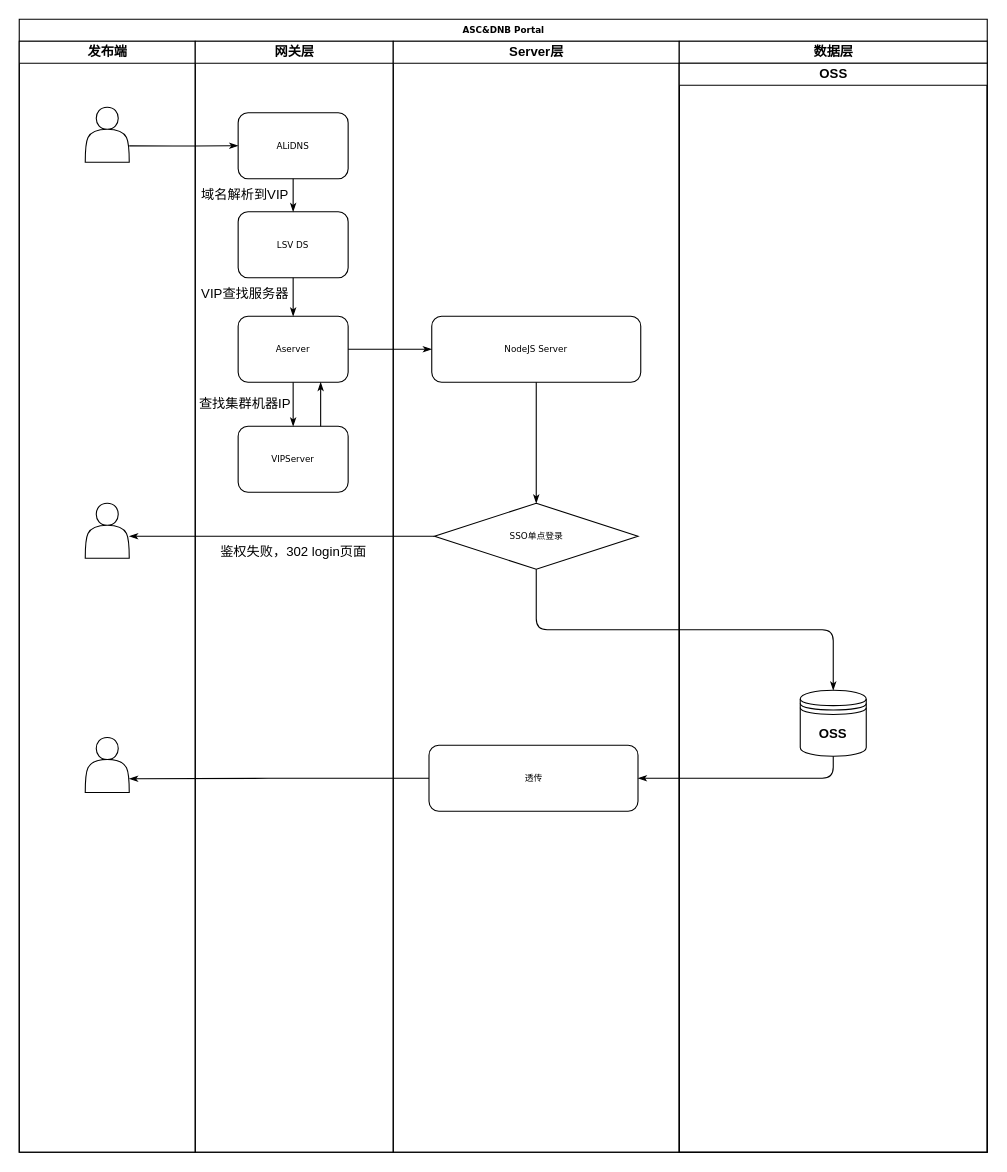
The draw.io diagram 2.0架构用户端.drawio in hjyue1/blog, before the edit. Source tidied: cells renumbered, new cells numbered last; positions are measured from the earlier drawing's top-left corner, leaving out a move shared by most shapes. Both pictures are drawn from the tidied source at 110%, with x=0, y=0 at pixel (19, 19).
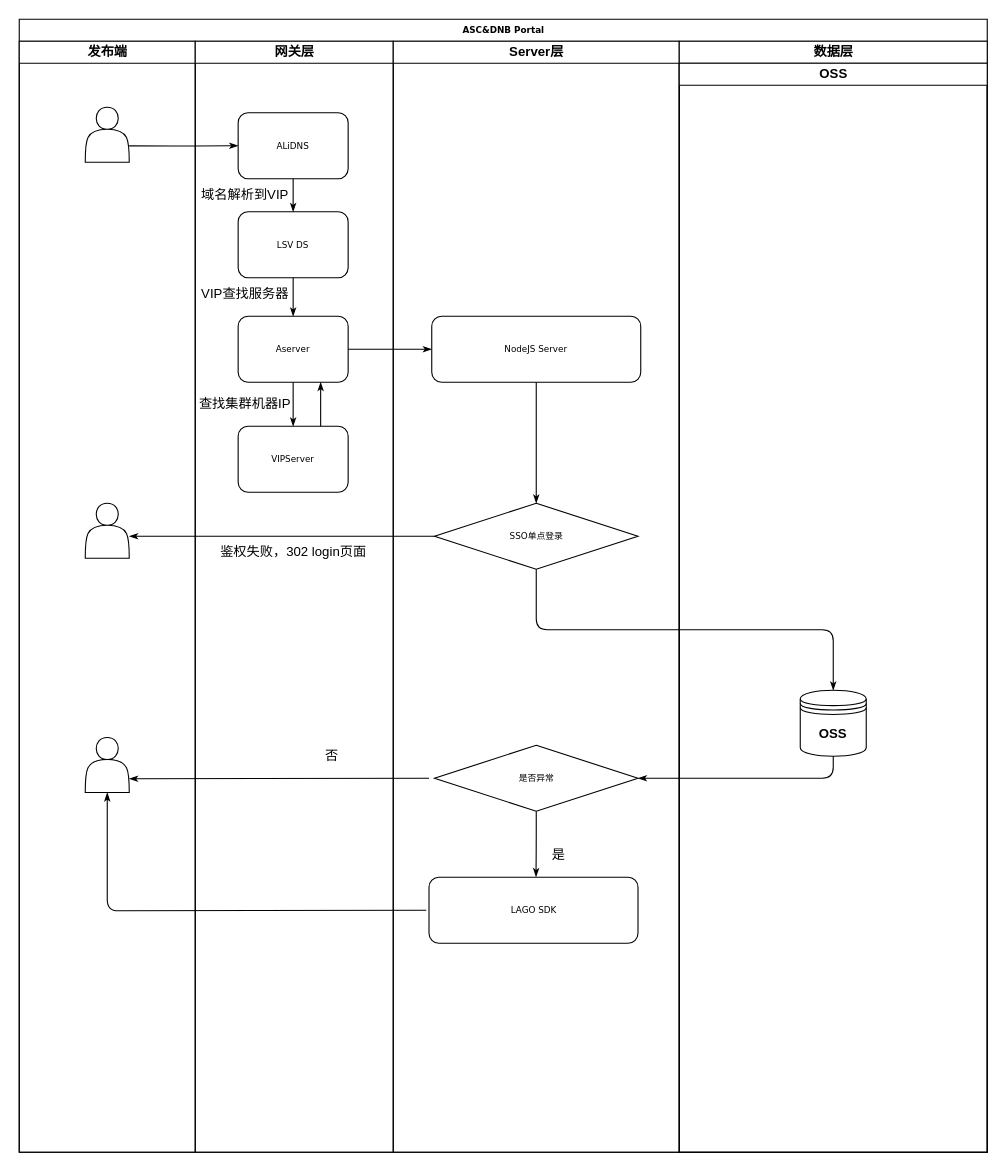
The same diagram, later.

Commit message:
更新2.0架构用户端.drawio

The change refers to these unchanged cells:
```xml
<mxCell id="2" value="ASC&amp;amp;DNB Portal" style="swimlane;html=1;startSize=20;rounded=0;shadow=0;labelBackgroundColor=none;strokeWidth=1;fontFamily=Verdana;fontSize=8;align=center;" parent="1" vertex="1">
  <mxGeometry width="880" height="1030" as="geometry" />
</mxCell>
<mxCell id="5" style="shape=actor;whiteSpace=wrap;html=1;" parent="3" vertex="1">
  <mxGeometry x="60" y="633" width="40" height="50" as="geometry" />
</mxCell>
<mxCell id="12" value="网关层" style="swimlane;html=1;startSize=20;" parent="2" vertex="1">
  <mxGeometry x="160" y="20" width="180" height="1010" as="geometry" />
</mxCell>
<mxCell id="25" value="Server层" style="swimlane;html=1;startSize=20;" parent="2" vertex="1">
  <mxGeometry x="340" y="20" width="260" height="1010" as="geometry" />
</mxCell>
<mxCell id="33" value="&lt;span style=&quot;font-weight: 700;&quot;&gt;OSS&lt;/span&gt;" style="shape=datastore;whiteSpace=wrap;html=1;" parent="32" vertex="1">
  <mxGeometry x="110" y="570" width="60" height="60" as="geometry" />
</mxCell>
```

What changed in the source:
```diff
@@
+    <mxCell id="38" value="否" style="text;html=1;align=center;verticalAlign=middle;strokeColor=none;fillColor=none;" parent="12" vertex="1">
+      <mxGeometry x="109" y="640" width="30" height="20" as="geometry" />
+    </mxCell>
@@
-    <mxCell id="29" value="透传" style="rounded=1;whiteSpace=wrap;html=1;shadow=0;labelBackgroundColor=none;strokeWidth=1;fontFamily=Verdana;fontSize=8;align=center;" parent="25" vertex="1">
-      <mxGeometry x="32.5" y="640" width="190" height="60" as="geometry" />
-    </mxCell>
+    <mxCell id="39" value="LAGO SDK" style="rounded=1;whiteSpace=wrap;html=1;shadow=0;labelBackgroundColor=none;strokeWidth=1;fontFamily=Verdana;fontSize=8;align=center;" parent="25" vertex="1">
+      <mxGeometry x="32.5" y="760" width="190" height="60" as="geometry" />
+    </mxCell>
+    <mxCell id="40" value="是否异常" style="rhombus;whiteSpace=wrap;html=1;rounded=0;shadow=0;labelBackgroundColor=none;strokeWidth=1;fontFamily=Verdana;fontSize=8;align=center;" parent="25" vertex="1">
+      <mxGeometry x="37.5" y="640" width="185" height="60" as="geometry" />
+    </mxCell>
+    <mxCell id="41" style="edgeStyle=orthogonalEdgeStyle;rounded=1;html=1;labelBackgroundColor=none;startArrow=none;startFill=0;startSize=5;endArrow=classicThin;endFill=1;endSize=5;jettySize=auto;strokeWidth=1;fontFamily=Verdana;fontSize=8;exitX=0.5;exitY=1;exitDx=0;exitDy=0;entryX=0.512;entryY=-0.005;entryDx=0;entryDy=0;entryPerimeter=0;" parent="25" edge="1" source="40" target="39">
+      <mxGeometry relative="1" as="geometry" />
+    </mxCell>
+    <mxCell id="42" value="是" style="text;html=1;align=center;verticalAlign=middle;strokeColor=none;fillColor=none;" parent="25" vertex="1">
+      <mxGeometry x="135" y="730" width="30" height="20" as="geometry" />
+    </mxCell>
@@
-    <mxCell id="34" style="edgeStyle=orthogonalEdgeStyle;rounded=1;html=1;labelBackgroundColor=none;startArrow=none;startFill=0;startSize=5;endArrow=classicThin;endFill=1;endSize=5;jettySize=auto;strokeWidth=1;fontFamily=Verdana;fontSize=8;exitX=0.5;exitY=1;exitDx=0;exitDy=0;entryX=1;entryY=0.5;entryDx=0;entryDy=0;" parent="2" edge="1" source="33" target="29">
+    <mxCell id="34" style="edgeStyle=orthogonalEdgeStyle;rounded=1;html=1;labelBackgroundColor=none;startArrow=none;startFill=0;startSize=5;endArrow=classicThin;endFill=1;endSize=5;jettySize=auto;strokeWidth=1;fontFamily=Verdana;fontSize=8;exitX=0.5;exitY=1;exitDx=0;exitDy=0;entryX=1;entryY=0.5;entryDx=0;entryDy=0;" parent="2" edge="1" source="33">
       <mxGeometry relative="1" as="geometry">
+        <mxPoint x="562.5" y="690" as="targetPoint" />
         <Array as="points">
           <mxPoint x="740" y="690" />
         </Array>
       </mxGeometry>
     </mxCell>
@@
-    <mxCell id="36" style="edgeStyle=orthogonalEdgeStyle;rounded=1;html=1;labelBackgroundColor=none;startArrow=none;startFill=0;startSize=5;endArrow=classicThin;endFill=1;endSize=5;jettySize=auto;strokeWidth=1;fontFamily=Verdana;fontSize=8;exitX=0;exitY=0.5;exitDx=0;exitDy=0;entryX=1;entryY=0.75;entryDx=0;entryDy=0;" parent="2" edge="1" source="29" target="5">
-      <mxGeometry relative="1" as="geometry" />
+    <mxCell id="36" style="edgeStyle=orthogonalEdgeStyle;rounded=1;html=1;labelBackgroundColor=none;startArrow=none;startFill=0;startSize=5;endArrow=classicThin;endFill=1;endSize=5;jettySize=auto;strokeWidth=1;fontFamily=Verdana;fontSize=8;exitX=0;exitY=0.5;exitDx=0;exitDy=0;entryX=1;entryY=0.75;entryDx=0;entryDy=0;" parent="2" edge="1" target="5">
+      <mxGeometry relative="1" as="geometry">
+        <mxPoint x="372.5" y="690" as="sourcePoint" />
+      </mxGeometry>
     </mxCell>
@@
+    <mxCell id="43" style="edgeStyle=orthogonalEdgeStyle;rounded=1;html=1;labelBackgroundColor=none;startArrow=none;startFill=0;startSize=5;endArrow=classicThin;endFill=1;endSize=5;jettySize=auto;strokeWidth=1;fontFamily=Verdana;fontSize=8;entryX=0.5;entryY=1;entryDx=0;entryDy=0;" parent="1" edge="1" target="5">
+      <mxGeometry relative="1" as="geometry">
+        <mxPoint x="370" y="810" as="sourcePoint" />
+      </mxGeometry>
+    </mxCell>
```
